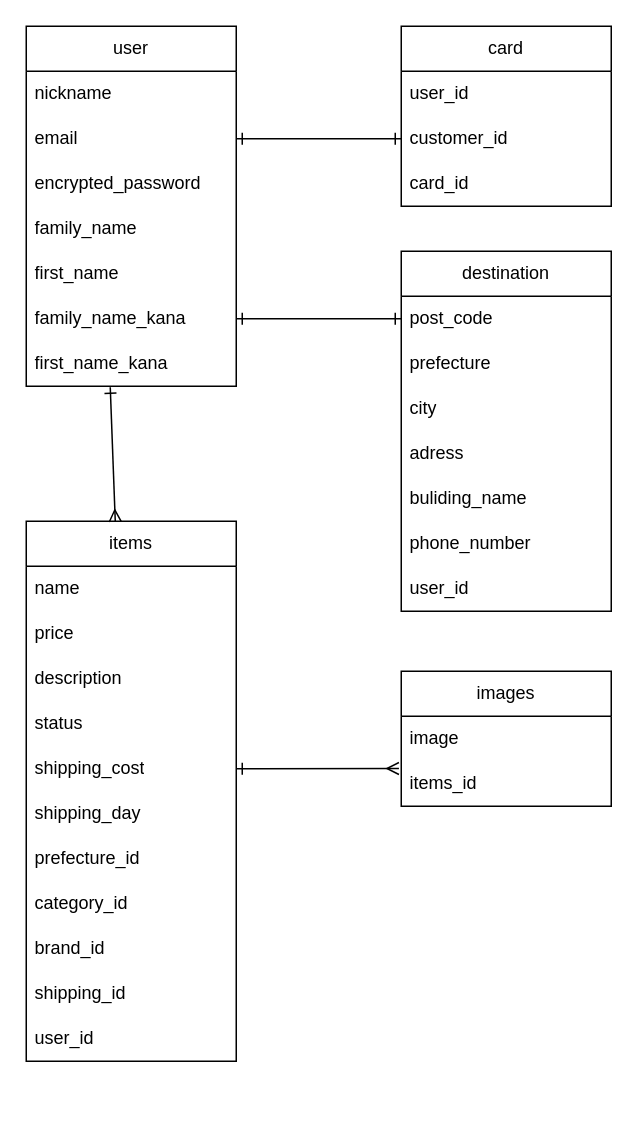
Takao-Koyanagi/furima-41539 keeps this draw.io diagram as furima-41539.dio. Above is the earlier version. Source tidied: cells renumbered, new cells numbered last; positions are measured from the earlier drawing's top-left corner, leaving out a move shared by most shapes. Both pictures are drawn from the tidied source at 150%, with x=0, y=0 at pixel (26, 26).
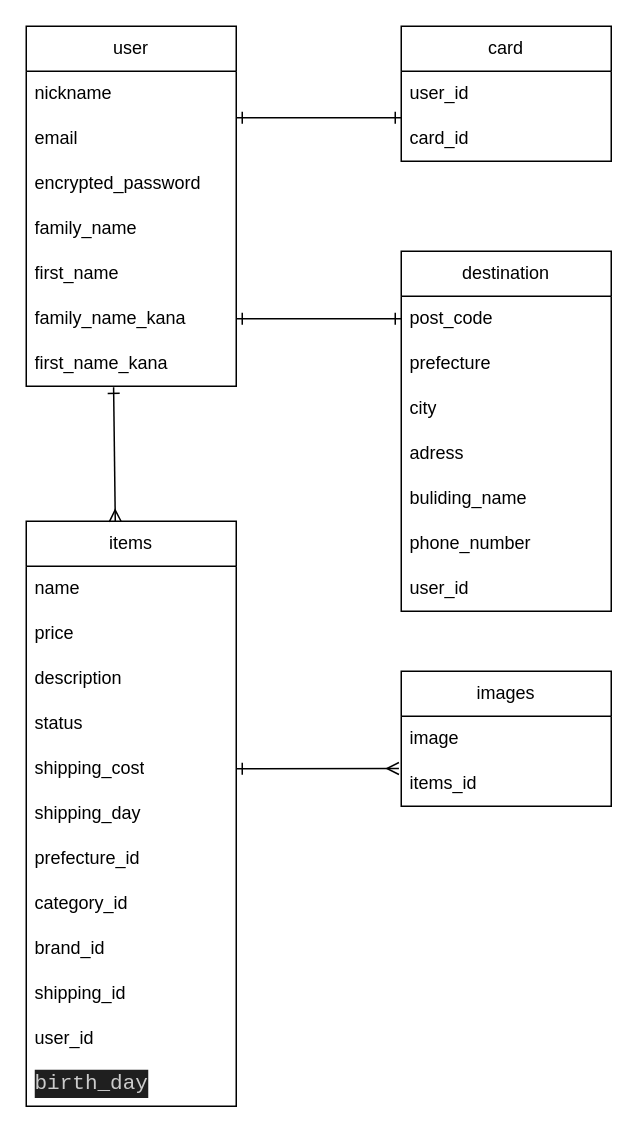
The same diagram, later.

Commit message (it also covers changes not shown here):
データーベース設計_修正2

The change refers to these unchanged cells:
```xml
<mxCell id="4" value="email" style="text;strokeColor=none;fillColor=none;align=left;verticalAlign=middle;spacingLeft=4;spacingRight=4;overflow=hidden;points=[[0,0.5],[1,0.5]];portConstraint=eastwest;whiteSpace=wrap;html=1;" parent="2" vertex="1">
  <mxGeometry y="60" width="140" height="30" as="geometry" />
</mxCell>
<mxCell id="9" value="first_name_kana" style="text;strokeColor=none;fillColor=none;align=left;verticalAlign=middle;spacingLeft=4;spacingRight=4;overflow=hidden;points=[[0,0.5],[1,0.5]];portConstraint=eastwest;whiteSpace=wrap;html=1;" parent="2" vertex="1">
  <mxGeometry y="210" width="140" height="30" as="geometry" />
</mxCell>
```

What changed in the source:
```diff
@@
     <mxCell id="10" value="card" style="swimlane;fontStyle=0;horizontal=1;startSize=30;whiteSpace=wrap;html=1;" parent="1" vertex="1">
-      <mxGeometry x="250" width="140" height="120" as="geometry" />
+      <mxGeometry x="250" width="140" height="90" as="geometry" />
     </mxCell>
@@
-    <mxCell id="12" value="customer_id" style="text;strokeColor=none;fillColor=none;align=left;verticalAlign=middle;spacingLeft=4;spacingRight=4;overflow=hidden;points=[[0,0.5],[1,0.5]];portConstraint=eastwest;whiteSpace=wrap;html=1;" parent="10" vertex="1">
-      <mxGeometry y="60" width="140" height="30" as="geometry" />
-    </mxCell>
     <mxCell id="13" value="card_id" style="text;strokeColor=none;fillColor=none;align=left;verticalAlign=middle;spacingLeft=4;spacingRight=4;overflow=hidden;whiteSpace=wrap;html=1;" parent="10" vertex="1">
-      <mxGeometry y="90" width="140" height="30" as="geometry" />
+      <mxGeometry y="60" width="140" height="30" as="geometry" />
     </mxCell>
-    <mxCell id="14" style="edgeStyle=none;html=1;exitX=1;exitY=0.5;exitDx=0;exitDy=0;entryX=0;entryY=0.5;entryDx=0;entryDy=0;startArrow=ERone;startFill=0;endArrow=ERone;endFill=0;" parent="1" edge="1" source="4" target="12">
-      <mxGeometry relative="1" as="geometry" />
+    <mxCell id="14" style="edgeStyle=none;html=1;exitX=1;exitY=0.5;exitDx=0;exitDy=0;entryX=0;entryY=0.5;entryDx=0;entryDy=0;startArrow=ERone;startFill=0;endArrow=ERone;endFill=0;" parent="1" edge="1">
+      <mxGeometry relative="1" as="geometry">
+        <mxPoint x="140" y="61" as="sourcePoint" />
+        <mxPoint x="250" y="61" as="targetPoint" />
+      </mxGeometry>
     </mxCell>
@@
     <mxCell id="23" value="items" style="swimlane;fontStyle=0;horizontal=1;startSize=30;whiteSpace=wrap;html=1;" parent="1" vertex="1">
-      <mxGeometry y="330" width="140" height="360" as="geometry" />
+      <mxGeometry y="330" width="140" height="390" as="geometry" />
     </mxCell>
@@
+    <mxCell id="41" value="&lt;div style=&quot;color: rgb(204, 204, 204); background-color: rgb(31, 31, 31); font-family: Consolas, &amp;quot;Courier New&amp;quot;, monospace; font-size: 14px; line-height: 19px;&quot;&gt;birth_day&lt;/div&gt;" style="text;strokeColor=none;fillColor=none;align=left;verticalAlign=middle;spacingLeft=4;spacingRight=4;overflow=hidden;whiteSpace=wrap;html=1;" parent="23" vertex="1">
+      <mxGeometry y="360" width="140" height="30" as="geometry" />
+    </mxCell>
@@
-    <mxCell id="36" style="endArrow=ERmany;html=1;startArrow=ERone;startFill=0;endFill=0;entryX=0.424;entryY=0.001;entryDx=0;entryDy=0;entryPerimeter=0;exitX=0.4;exitY=1.022;exitDx=0;exitDy=0;exitPerimeter=0;" parent="1" edge="1" source="9" target="23">
+    <mxCell id="36" style="endArrow=ERmany;html=1;startArrow=ERone;startFill=0;endFill=0;entryX=0.424;entryY=0.001;entryDx=0;entryDy=0;entryPerimeter=0;exitX=0.416;exitY=1.024;exitDx=0;exitDy=0;exitPerimeter=0;" parent="1" edge="1" source="9" target="23">
       <mxGeometry relative="1" as="geometry" />
     </mxCell>
```
